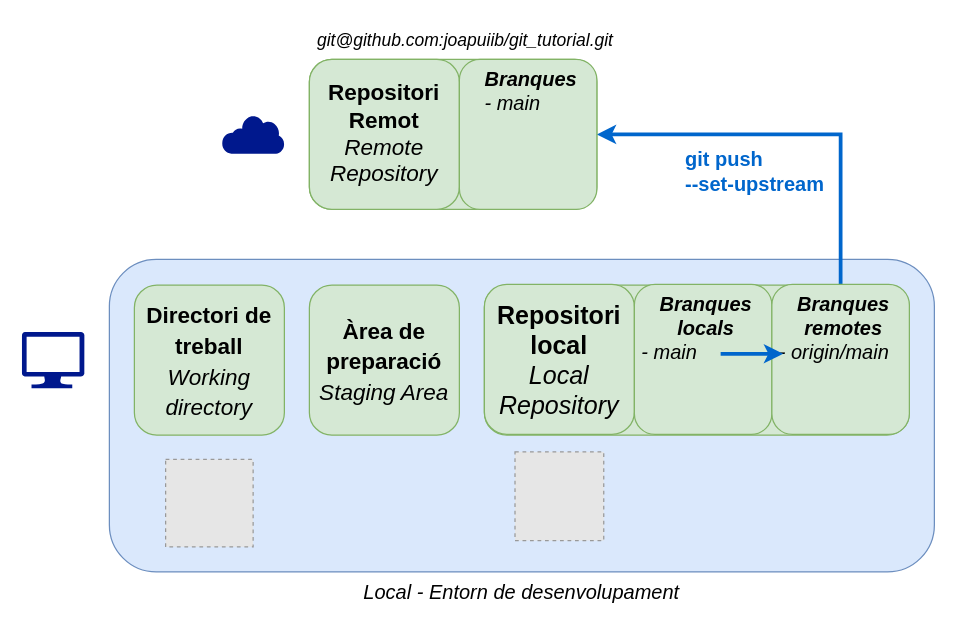
Earlier version of the draw.io diagram docs/apunts/img/remots/push_setupstream.drawio (joapuiib/curs-git). Source tidied: cells renumbered, new cells numbered last; positions are measured from the earlier drawing's top-left corner, leaving out a move shared by most shapes. Both pictures are drawn from the tidied source at 125%, with x=0, y=0 at pixel (21, 21). Pictures stored in the file or linked from it are replaced by grey dashed boxes.
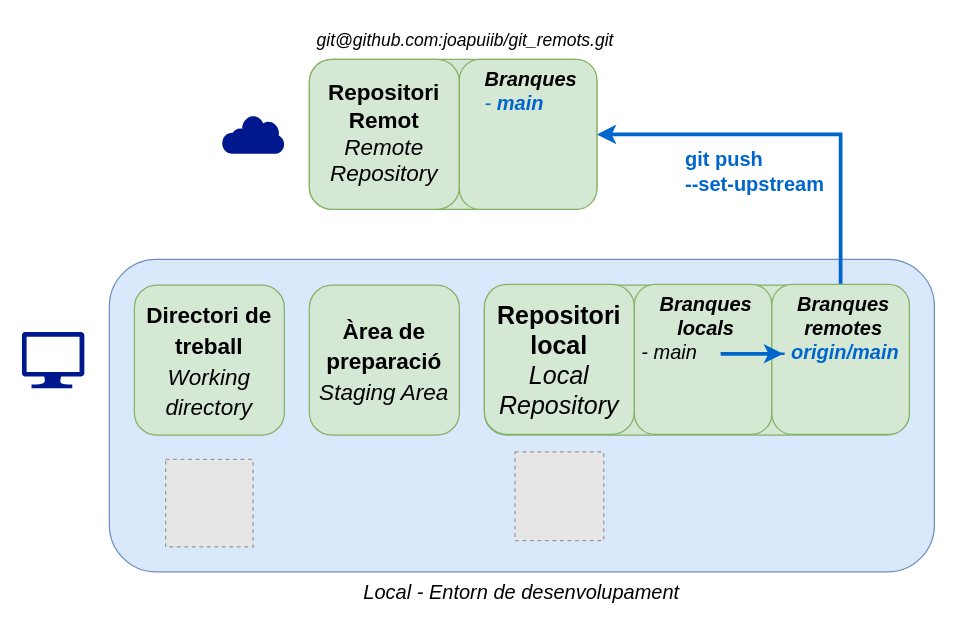
The same page after the edit.

Change to the diagram source:
```diff
@@
 <mxGraphModel>
   <root>
     <mxCell id="0" />
     <mxCell id="1" parent="0" />
     <mxCell id="2" value="&lt;i&gt;Local - Entorn de desenvolupament&lt;/i&gt;" style="rounded=1;whiteSpace=wrap;html=1;verticalAlign=top;labelPosition=center;verticalLabelPosition=bottom;align=center;textDirection=ltr;labelBackgroundColor=none;spacingTop=0;spacing=2;fontSize=16;fillColor=#dae8fc;strokeColor=#6c8ebf;" parent="1" vertex="1">
       <mxGeometry x="70" y="190" width="660" height="250" as="geometry" />
     </mxCell>
     <mxCell id="3" style="sketch=0;shadow=0;dashed=0;html=1;strokeColor=none;labelPosition=center;verticalLabelPosition=bottom;verticalAlign=top;align=center;fillColor=#00188D;shape=mxgraph.mscae.enterprise.internet;" parent="1" vertex="1">
       <mxGeometry x="160" y="74.5" width="50" height="31" as="geometry" />
     </mxCell>
     <mxCell id="4" style="rounded=1;whiteSpace=wrap;html=1;fontSize=20;fillColor=#d5e8d4;strokeColor=#82b366;" parent="1" vertex="1">
       <mxGeometry x="230" y="30" width="230" height="120" as="geometry" />
     </mxCell>
     <mxCell id="5" style="sketch=0;shadow=0;dashed=0;html=1;strokeColor=none;labelPosition=center;verticalLabelPosition=bottom;verticalAlign=top;align=center;fillColor=#00188D;shape=mxgraph.azure.computer;" parent="1" vertex="1">
       <mxGeometry y="248.1" width="50" height="45" as="geometry" />
     </mxCell>
     <mxCell id="6" value="&lt;b style=&quot;font-size: 18px;&quot;&gt;Repositori Remot&lt;/b&gt;&lt;br style=&quot;font-size: 18px;&quot;&gt;&lt;i style=&quot;font-size: 18px;&quot;&gt;Remote Repository&lt;/i&gt;" style="rounded=1;whiteSpace=wrap;html=1;fontSize=18;fillColor=#d5e8d4;strokeColor=#82b366;" parent="1" vertex="1">
       <mxGeometry x="230" y="30" width="120" height="120" as="geometry" />
     </mxCell>
     <mxCell id="7" value="&lt;span style=&quot;font-size: 16px;&quot;&gt;git push&lt;br&gt;--set-upstream&lt;br&gt;&lt;/span&gt;" style="edgeStyle=orthogonalEdgeStyle;rounded=0;jettySize=auto;html=1;exitX=0.5;exitY=0;exitDx=0;exitDy=0;labelPosition=right;verticalLabelPosition=middle;align=left;verticalAlign=middle;entryX=1;entryY=0.5;entryDx=0;entryDy=0;endArrow=classic;endFill=1;startArrow=none;startFill=0;strokeWidth=3;fillColor=#dae8fc;strokeColor=#0066CC;fontColor=#0066CC;fontStyle=1;" parent="1" edge="1" source="17" target="16">
       <mxGeometry x="0.56" y="30" relative="1" as="geometry" />
     </mxCell>
     <mxCell id="8" style="rounded=1;whiteSpace=wrap;html=1;fontSize=20;fillColor=#d5e8d4;strokeColor=#82b366;" parent="1" vertex="1">
       <mxGeometry x="370" y="210.6" width="340" height="120" as="geometry" />
     </mxCell>
     <mxCell id="9" value="&lt;b&gt;Repositori local&lt;/b&gt;&lt;i&gt;&lt;br&gt;Local Repository&lt;/i&gt;" style="rounded=1;whiteSpace=wrap;html=1;fontSize=20;fillColor=#d5e8d4;strokeColor=#82b366;" parent="1" vertex="1">
       <mxGeometry x="370" y="210" width="120" height="120" as="geometry" />
     </mxCell>
     <mxCell id="10" value="&lt;b style=&quot;border-color: var(--border-color); font-size: 18px;&quot;&gt;Àrea de preparació&lt;/b&gt;&lt;br style=&quot;border-color: var(--border-color); font-size: 18px;&quot;&gt;&lt;i style=&quot;border-color: var(--border-color); font-size: 18px;&quot;&gt;Staging Area&lt;/i&gt;" style="rounded=1;whiteSpace=wrap;html=1;fontSize=20;fillColor=#d5e8d4;strokeColor=#82b366;" parent="1" vertex="1">
       <mxGeometry x="230" y="210.6" width="120" height="120" as="geometry" />
     </mxCell>
     <mxCell id="11" value="&lt;b style=&quot;border-color: var(--border-color); font-size: 18px;&quot;&gt;Directori de treball&lt;/b&gt;&lt;br style=&quot;border-color: var(--border-color); font-size: 18px;&quot;&gt;&lt;i style=&quot;border-color: var(--border-color); font-size: 18px;&quot;&gt;Working directory&lt;/i&gt;" style="rounded=1;whiteSpace=wrap;html=1;fontSize=20;fillColor=#d5e8d4;strokeColor=#82b366;" parent="1" vertex="1">
       <mxGeometry x="90" y="210.6" width="120" height="120" as="geometry" />
     </mxCell>
     <mxCell id="12" style="fillColor=#E6E6E6;strokeColor=#999999;dashed=1;verticalLabelPosition=bottom;verticalAlign=top;" parent="1" vertex="1">
       <mxGeometry x="115" y="350" width="70" height="70" as="geometry" />
     </mxCell>
     <mxCell id="13" style="fillColor=#E6E6E6;strokeColor=#999999;dashed=1;verticalLabelPosition=bottom;verticalAlign=top;" parent="1" vertex="1">
       <mxGeometry x="394.5" y="344" width="71" height="71" as="geometry" />
     </mxCell>
-    <mxCell id="14" value="git@github.com:joapuiib/git_tutorial.git" style="text;html=1;strokeColor=none;fillColor=none;align=center;verticalAlign=middle;whiteSpace=wrap;rounded=0;fontSize=14;fontStyle=2;" parent="1" vertex="1">
+    <mxCell id="14" value="git@github.com:joapuiib/git_remots.git" style="text;html=1;strokeColor=none;fillColor=none;align=center;verticalAlign=middle;whiteSpace=wrap;rounded=0;fontSize=14;fontStyle=2;" parent="1" vertex="1">
       <mxGeometry x="175" width="360" height="30" as="geometry" />
     </mxCell>
     <mxCell id="15" value="&lt;i style=&quot;&quot;&gt;&lt;b style=&quot;font-size: 16px;&quot;&gt;Branques locals&lt;/b&gt;&lt;br style=&quot;font-size: 16px;&quot;&gt;&lt;div style=&quot;text-align: left;&quot;&gt;&lt;span style=&quot;background-color: initial;&quot;&gt;- main&lt;/span&gt;&lt;br&gt;&lt;/div&gt;&lt;/i&gt;" style="rounded=1;whiteSpace=wrap;html=1;fontSize=16;fillColor=#d5e8d4;strokeColor=#82b366;verticalAlign=top;spacingLeft=5;" parent="1" vertex="1">
       <mxGeometry x="490" y="210" width="110" height="120" as="geometry" />
     </mxCell>
-    <mxCell id="16" value="&lt;i style=&quot;&quot;&gt;&lt;b style=&quot;font-size: 16px;&quot;&gt;Branques&lt;/b&gt;&lt;br style=&quot;font-size: 16px;&quot;&gt;&lt;div style=&quot;text-align: left;&quot;&gt;&lt;span style=&quot;background-color: initial;&quot;&gt;- main&lt;/span&gt;&lt;br&gt;&lt;/div&gt;&lt;/i&gt;" style="rounded=1;whiteSpace=wrap;html=1;fontSize=16;fillColor=#d5e8d4;strokeColor=#82b366;verticalAlign=top;spacingLeft=5;" parent="1" vertex="1">
+    <mxCell id="16" value="&lt;i style=&quot;&quot;&gt;&lt;b style=&quot;font-size: 16px;&quot;&gt;Branques&lt;/b&gt;&lt;br style=&quot;font-size: 16px;&quot;&gt;&lt;div style=&quot;text-align: left;&quot;&gt;&lt;span style=&quot;background-color: initial;&quot;&gt;&lt;font color=&quot;#0066cc&quot;&gt;- &lt;b&gt;main&lt;/b&gt;&lt;/font&gt;&lt;/span&gt;&lt;br&gt;&lt;/div&gt;&lt;/i&gt;" style="rounded=1;whiteSpace=wrap;html=1;fontSize=16;fillColor=#d5e8d4;strokeColor=#82b366;verticalAlign=top;spacingLeft=5;" parent="1" vertex="1">
       <mxGeometry x="350" y="30" width="110" height="120" as="geometry" />
     </mxCell>
-    <mxCell id="17" value="&lt;i style=&quot;&quot;&gt;&lt;b style=&quot;font-size: 16px;&quot;&gt;Branques remotes&lt;/b&gt;&lt;br style=&quot;font-size: 16px;&quot;&gt;&lt;div style=&quot;text-align: left;&quot;&gt;&lt;span style=&quot;background-color: initial;&quot;&gt;- origin/main&lt;/span&gt;&lt;br&gt;&lt;/div&gt;&lt;/i&gt;" style="rounded=1;whiteSpace=wrap;html=1;fontSize=16;fillColor=#d5e8d4;strokeColor=#82b366;verticalAlign=top;spacingLeft=5;" parent="1" vertex="1">
+    <mxCell id="17" value="&lt;i style=&quot;&quot;&gt;&lt;b style=&quot;font-size: 16px;&quot;&gt;Branques remotes&lt;/b&gt;&lt;br style=&quot;font-size: 16px;&quot;&gt;&lt;div style=&quot;text-align: left;&quot;&gt;&lt;span style=&quot;background-color: initial;&quot;&gt;&lt;b&gt;&lt;font color=&quot;#0066cc&quot;&gt;- origin/main&lt;/font&gt;&lt;/b&gt;&lt;/span&gt;&lt;br&gt;&lt;/div&gt;&lt;/i&gt;" style="rounded=1;whiteSpace=wrap;html=1;fontSize=16;fillColor=#d5e8d4;strokeColor=#82b366;verticalAlign=top;spacingLeft=5;" parent="1" vertex="1">
       <mxGeometry x="600" y="210" width="110" height="120" as="geometry" />
     </mxCell>
     <mxCell id="18" style="endArrow=none;html=1;rounded=0;fillColor=#dae8fc;strokeColor=#0066CC;strokeWidth=3;startArrow=classic;startFill=1;endFill=0;" parent="1" edge="1">
       <mxGeometry relative="1" as="geometry">
         <mxPoint x="609" y="265.5" as="sourcePoint" />
         <mxPoint x="559" y="265.5" as="targetPoint" />
       </mxGeometry>
     </mxCell>
   </root>
 </mxGraphModel>
```
